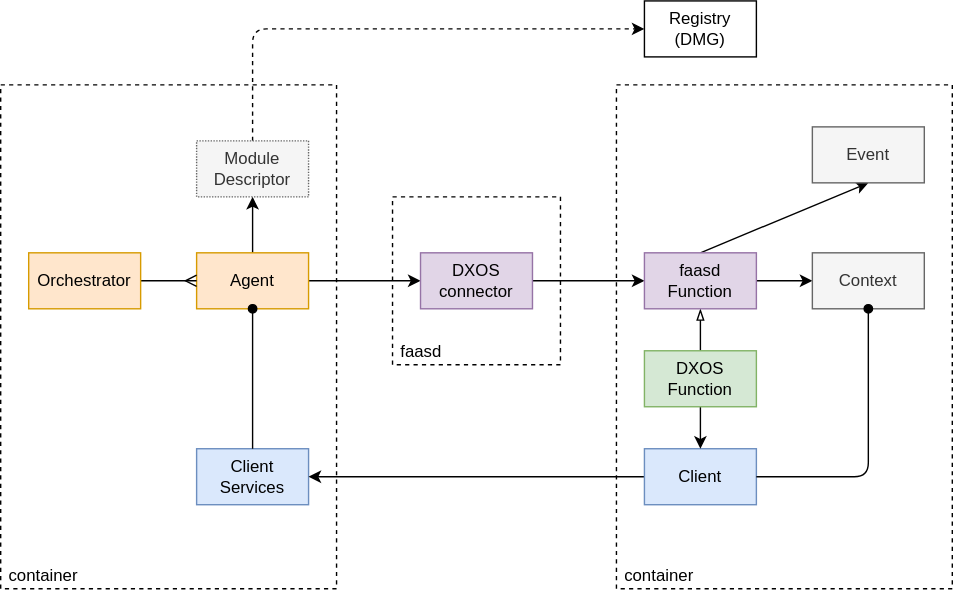
This is docs/docs/design/diagrams/remote-functions.drawio.svg from dxos/dxos, a draw.io export, as it was before one commit. Source tidied: cells renumbered, new cells last; positions are measured from the earlier drawing's top-left corner, leaving out a move shared by most shapes.
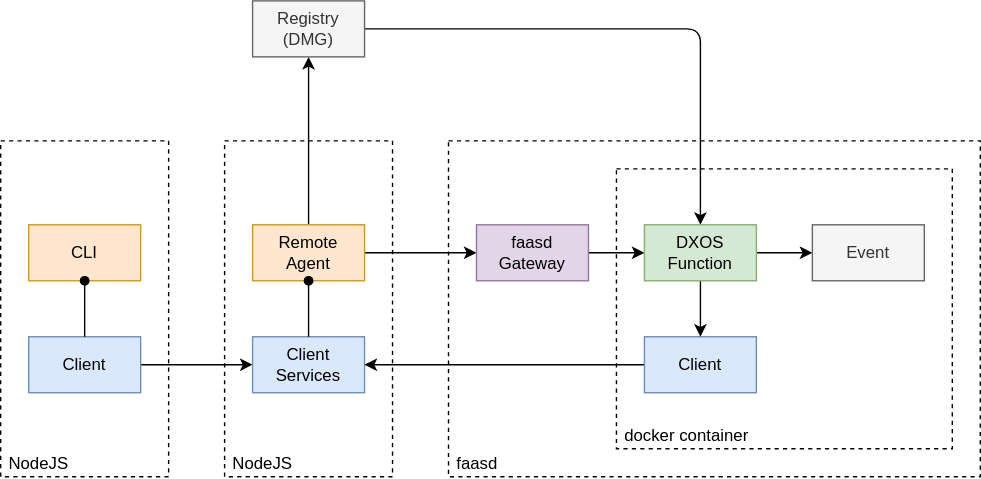
After the commit.

Change to the diagram source:
```diff
@@ -2,77 +2,55 @@
   <root>
     <mxCell id="0" />
     <mxCell id="1" parent="0" />
+    <mxCell id="28" value="NodeJS" style="rounded=0;whiteSpace=wrap;html=1;dashed=1;align=left;verticalAlign=bottom;spacingLeft=4;fillColor=default;" parent="1" vertex="1">
+      <mxGeometry x="-40" y="120" width="120" height="240" as="geometry" />
+    </mxCell>
+    <mxCell id="4" value="faasd" style="rounded=0;whiteSpace=wrap;html=1;dashed=1;align=left;verticalAlign=bottom;spacingLeft=4;" parent="1" vertex="1">
+      <mxGeometry x="280" y="120" width="380" height="240" as="geometry" />
+    </mxCell>
-    <mxCell id="2" value="container" style="rounded=0;whiteSpace=wrap;html=1;dashed=1;align=left;verticalAlign=bottom;spacingLeft=4;fillColor=default;" parent="1" vertex="1">
-      <mxGeometry x="440" y="60" width="240" height="360" as="geometry" />
+    <mxCell id="2" value="docker container" style="rounded=0;whiteSpace=wrap;html=1;dashed=1;align=left;verticalAlign=bottom;spacingLeft=4;fillColor=default;" parent="1" vertex="1">
+      <mxGeometry x="400" y="140" width="240" height="200" as="geometry" />
     </mxCell>
-    <mxCell id="3" value="container" style="rounded=0;whiteSpace=wrap;html=1;dashed=1;align=left;verticalAlign=bottom;spacingLeft=4;fillColor=default;" parent="1" vertex="1">
-      <mxGeometry y="60" width="240" height="360" as="geometry" />
+    <mxCell id="3" value="NodeJS" style="rounded=0;whiteSpace=wrap;html=1;dashed=1;align=left;verticalAlign=bottom;spacingLeft=4;fillColor=default;" parent="1" vertex="1">
+      <mxGeometry x="120" y="120" width="120" height="240" as="geometry" />
     </mxCell>
-    <mxCell id="4" value="faasd" style="rounded=0;whiteSpace=wrap;html=1;dashed=1;align=left;verticalAlign=bottom;spacingLeft=4;" parent="1" vertex="1">
-      <mxGeometry x="280" y="140" width="120" height="120" as="geometry" />
-    </mxCell>
-    <mxCell id="5" style="edgeStyle=none;html=1;entryX=0;entryY=0.5;entryDx=0;entryDy=0;endArrow=classic;endFill=1;" parent="1" edge="1" source="26" target="12">
+    <mxCell id="5" style="edgeStyle=none;html=1;endArrow=classic;endFill=1;" parent="1" edge="1" source="26" target="25">
       <mxGeometry relative="1" as="geometry" />
     </mxCell>
-    <mxCell id="6" style="edgeStyle=none;html=1;exitX=0.5;exitY=0;exitDx=0;exitDy=0;startArrow=none;startFill=0;endArrow=classic;endFill=1;" parent="1" edge="1" source="8" target="16">
+    <mxCell id="6" style="edgeStyle=none;html=1;exitX=0.5;exitY=0;exitDx=0;exitDy=0;startArrow=none;startFill=0;endArrow=classic;endFill=1;" parent="1" edge="1" source="8" target="17">
       <mxGeometry relative="1" as="geometry" />
     </mxCell>
     <mxCell id="7" style="edgeStyle=none;html=1;exitX=1;exitY=0.5;exitDx=0;exitDy=0;endArrow=classic;endFill=1;" parent="1" edge="1" source="8" target="26">
       <mxGeometry relative="1" as="geometry" />
     </mxCell>
-    <mxCell id="8" value="Agent" style="rounded=0;whiteSpace=wrap;html=1;fillColor=#ffe6cc;strokeColor=#d79b00;" parent="1" vertex="1">
+    <mxCell id="8" value="Remote&lt;br&gt;Agent" style="rounded=0;whiteSpace=wrap;html=1;fillColor=#ffe6cc;strokeColor=#d79b00;" parent="1" vertex="1">
       <mxGeometry x="140" y="180" width="80" height="40" as="geometry" />
     </mxCell>
-    <mxCell id="9" style="edgeStyle=none;html=1;" parent="1" edge="1" source="12" target="19">
+    <mxCell id="9" style="edgeStyle=none;html=1;" parent="1" edge="1" source="25" target="19">
       <mxGeometry relative="1" as="geometry" />
     </mxCell>
-    <mxCell id="10" style="edgeStyle=none;html=1;endArrow=none;endFill=0;startArrow=blockThin;startFill=0;" parent="1" edge="1" source="12" target="25">
-      <mxGeometry relative="1" as="geometry" />
-    </mxCell>
-    <mxCell id="11" style="edgeStyle=none;html=1;exitX=0.5;exitY=0;exitDx=0;exitDy=0;entryX=0.5;entryY=1;entryDx=0;entryDy=0;startArrow=none;startFill=0;endArrow=classic;endFill=1;" parent="1" edge="1" source="12" target="27">
-      <mxGeometry relative="1" as="geometry" />
-    </mxCell>
-    <mxCell id="12" value="faasd&lt;br&gt;Function" style="rounded=0;whiteSpace=wrap;html=1;fillColor=#e1d5e7;strokeColor=#9673a6;" parent="1" vertex="1">
-      <mxGeometry x="460" y="180" width="80" height="40" as="geometry" />
-    </mxCell>
-    <mxCell id="13" style="edgeStyle=none;html=1;exitX=1;exitY=0.5;exitDx=0;exitDy=0;entryX=0;entryY=0.5;entryDx=0;entryDy=0;endArrow=ERmany;endFill=0;" parent="1" edge="1" source="14" target="8">
-      <mxGeometry relative="1" as="geometry" />
-    </mxCell>
-    <mxCell id="14" value="Orchestrator" style="rounded=0;whiteSpace=wrap;html=1;fillColor=#ffe6cc;strokeColor=#d79b00;" parent="1" vertex="1">
-      <mxGeometry x="20" y="180" width="80" height="40" as="geometry" />
-    </mxCell>
-    <mxCell id="15" style="edgeStyle=none;html=1;exitX=0.5;exitY=0;exitDx=0;exitDy=0;entryX=0;entryY=0.5;entryDx=0;entryDy=0;endArrow=classic;endFill=1;dashed=1;" parent="1" edge="1" source="16" target="17">
-      <mxGeometry relative="1" as="geometry">
-        <Array as="points">
-          <mxPoint x="180" y="20" />
-        </Array>
-      </mxGeometry>
-    </mxCell>
-    <mxCell id="16" value="Module&lt;br&gt;Descriptor" style="rounded=0;whiteSpace=wrap;html=1;fillColor=#f5f5f5;fontColor=#333333;strokeColor=#666666;dashed=1;dashPattern=1 1;" parent="1" vertex="1">
-      <mxGeometry x="140" y="100" width="80" height="40" as="geometry" />
-    </mxCell>
+    <mxCell id="29" style="edgeStyle=none;html=1;exitX=1;exitY=0.5;exitDx=0;exitDy=0;entryX=0.5;entryY=0;entryDx=0;entryDy=0;" parent="1" edge="1" source="17" target="25">
+      <mxGeometry relative="1" as="geometry">
+        <Array as="points">
+          <mxPoint x="460" y="40" />
+        </Array>
+      </mxGeometry>
+    </mxCell>
-    <mxCell id="17" value="Registry&lt;br&gt;(DMG)" style="rounded=0;whiteSpace=wrap;html=1;" parent="1" vertex="1">
-      <mxGeometry x="460" width="80" height="40" as="geometry" />
+    <mxCell id="17" value="Registry&lt;br&gt;(DMG)" style="rounded=0;whiteSpace=wrap;html=1;fillColor=#f5f5f5;fontColor=#333333;strokeColor=#666666;" parent="1" vertex="1">
+      <mxGeometry x="140" y="20" width="80" height="40" as="geometry" />
     </mxCell>
     <mxCell id="18" value="Client&lt;br&gt;Services" style="rounded=0;whiteSpace=wrap;html=1;fillColor=#dae8fc;strokeColor=#6c8ebf;" parent="1" vertex="1">
-      <mxGeometry x="140" y="320" width="80" height="40" as="geometry" />
+      <mxGeometry x="140" y="260" width="80" height="40" as="geometry" />
     </mxCell>
-    <mxCell id="19" value="Context" style="rounded=0;whiteSpace=wrap;html=1;fillColor=#f5f5f5;fontColor=#333333;strokeColor=#666666;" parent="1" vertex="1">
-      <mxGeometry x="580" y="180" width="80" height="40" as="geometry" />
+    <mxCell id="19" value="Event" style="rounded=0;whiteSpace=wrap;html=1;fillColor=#f5f5f5;fontColor=#333333;strokeColor=#666666;" parent="1" vertex="1">
+      <mxGeometry x="540" y="180" width="80" height="40" as="geometry" />
     </mxCell>
     <mxCell id="20" style="edgeStyle=none;html=1;exitX=0;exitY=0.5;exitDx=0;exitDy=0;startArrow=none;startFill=0;endArrow=classic;endFill=1;" parent="1" edge="1" source="21" target="18">
       <mxGeometry relative="1" as="geometry" />
     </mxCell>
     <mxCell id="21" value="Client" style="rounded=0;whiteSpace=wrap;html=1;fillColor=#dae8fc;strokeColor=#6c8ebf;" parent="1" vertex="1">
-      <mxGeometry x="460" y="320" width="80" height="40" as="geometry" />
+      <mxGeometry x="420" y="260" width="80" height="40" as="geometry" />
     </mxCell>
-    <mxCell id="22" style="edgeStyle=none;html=1;exitX=0.5;exitY=1;exitDx=0;exitDy=0;startArrow=oval;startFill=1;endArrow=none;endFill=0;" parent="1" edge="1" source="19" target="21">
-      <mxGeometry relative="1" as="geometry">
-        <Array as="points">
-          <mxPoint x="620" y="340" />
-        </Array>
-      </mxGeometry>
-    </mxCell>
     <mxCell id="23" style="edgeStyle=none;html=1;exitX=0.5;exitY=1;exitDx=0;exitDy=0;startArrow=oval;startFill=1;endArrow=none;endFill=0;" parent="1" edge="1" source="8" target="18">
       <mxGeometry relative="1" as="geometry" />
     </mxCell>
@@ -80,13 +58,22 @@
       <mxGeometry relative="1" as="geometry" />
     </mxCell>
     <mxCell id="25" value="DXOS&lt;br&gt;Function" style="rounded=0;whiteSpace=wrap;html=1;fillColor=#d5e8d4;strokeColor=#82b366;" parent="1" vertex="1">
-      <mxGeometry x="460" y="250" width="80" height="40" as="geometry" />
+      <mxGeometry x="420" y="180" width="80" height="40" as="geometry" />
     </mxCell>
-    <mxCell id="26" value="DXOS&lt;br&gt;connector" style="rounded=0;whiteSpace=wrap;html=1;fillColor=#e1d5e7;strokeColor=#9673a6;" parent="1" vertex="1">
+    <mxCell id="26" value="faasd&lt;br&gt;Gateway" style="rounded=0;whiteSpace=wrap;html=1;fillColor=#e1d5e7;strokeColor=#9673a6;" parent="1" vertex="1">
       <mxGeometry x="300" y="180" width="80" height="40" as="geometry" />
     </mxCell>
-    <mxCell id="27" value="Event" style="rounded=0;whiteSpace=wrap;html=1;fillColor=#f5f5f5;fontColor=#333333;strokeColor=#666666;" parent="1" vertex="1">
-      <mxGeometry x="580" y="90" width="80" height="40" as="geometry" />
-    </mxCell>
+    <mxCell id="30" style="edgeStyle=none;html=1;exitX=1;exitY=0.5;exitDx=0;exitDy=0;entryX=0;entryY=0.5;entryDx=0;entryDy=0;" parent="1" edge="1" source="11" target="18">
+      <mxGeometry relative="1" as="geometry" />
+    </mxCell>
+    <mxCell id="11" value="Client" style="rounded=0;whiteSpace=wrap;html=1;fillColor=#dae8fc;strokeColor=#6c8ebf;" parent="1" vertex="1">
+      <mxGeometry x="-20" y="260" width="80" height="40" as="geometry" />
+    </mxCell>
+    <mxCell id="31" value="CLI" style="rounded=0;whiteSpace=wrap;html=1;fillColor=#ffe6cc;strokeColor=#d79b00;" parent="1" vertex="1">
+      <mxGeometry x="-20" y="180" width="80" height="40" as="geometry" />
+    </mxCell>
+    <mxCell id="32" style="edgeStyle=none;html=1;startArrow=oval;startFill=1;endArrow=none;endFill=0;" parent="1" edge="1" source="31" target="11">
+      <mxGeometry relative="1" as="geometry" />
+    </mxCell>
   </root>
 </mxGraphModel>
```
